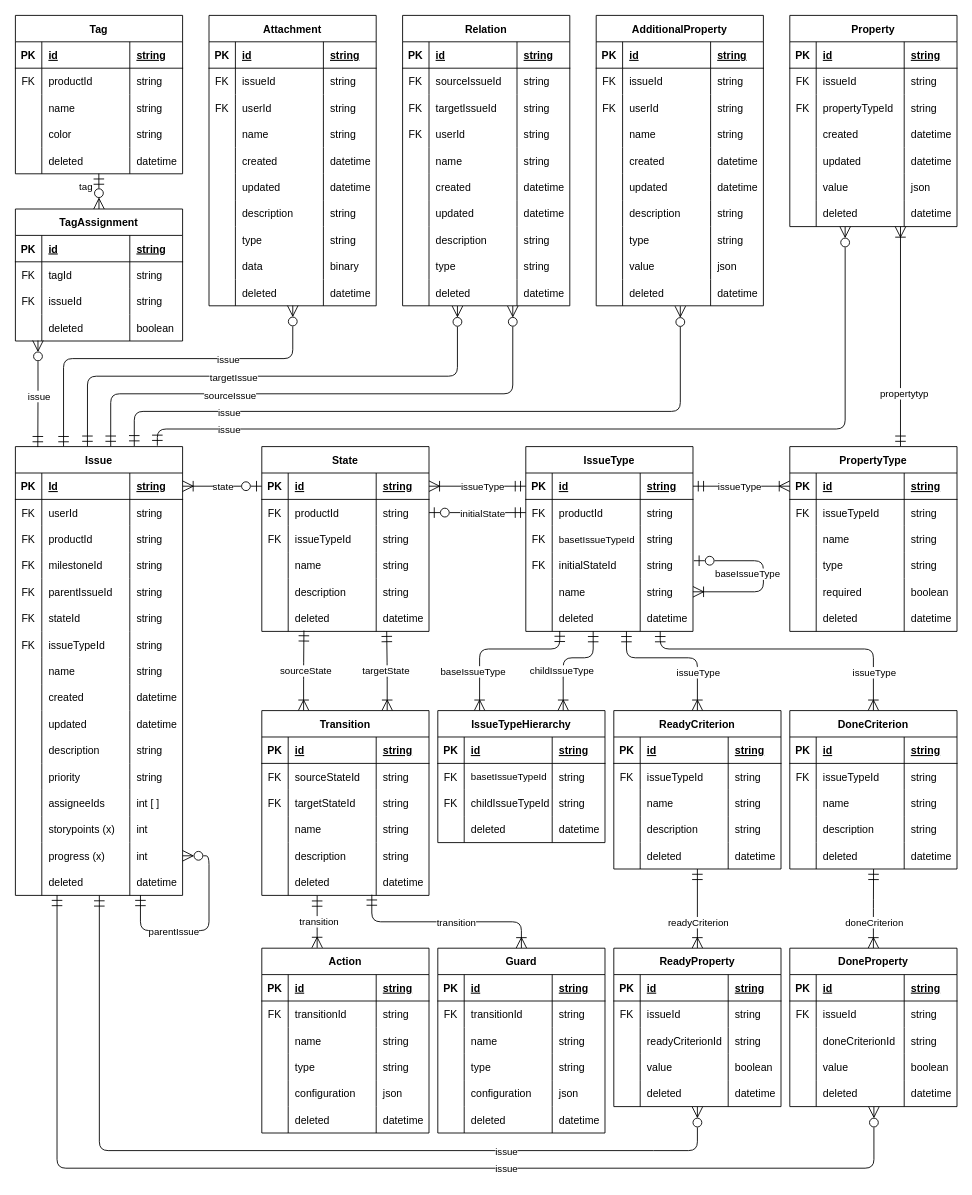
Earlier version of the draw.io diagram diagrams/reEntities-v1.drawio (ghackenberg/caddrive). Source tidied: cells renumbered, new cells numbered last; positions are measured from the earlier drawing's top-left corner, leaving out a move shared by most shapes. Both pictures are drawn from the tidied source at 88%, with x=0, y=0 at pixel (15, 15).
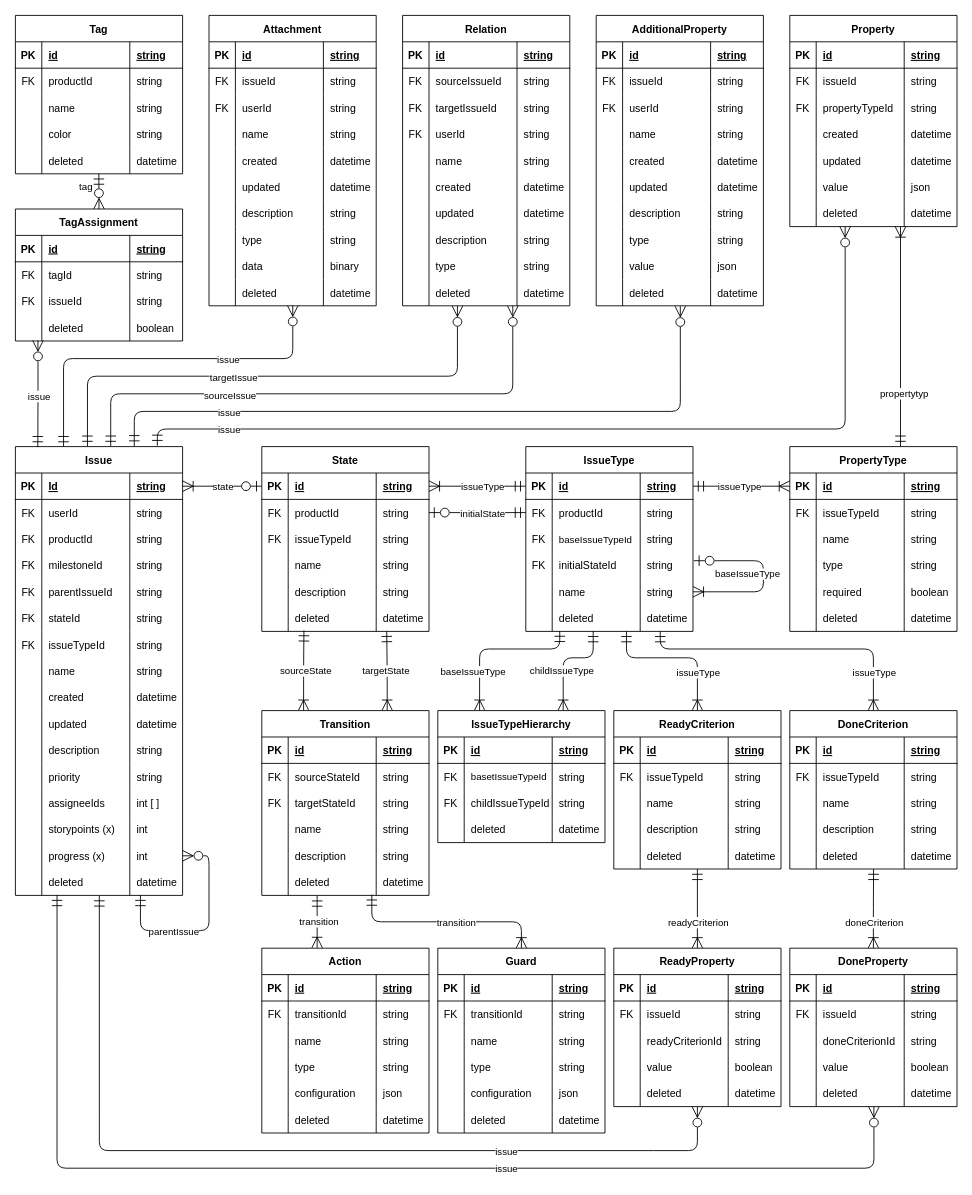
The same page after the edit.

The change refers to these unchanged cells:
```xml
<mxCell id="309" style="shape=tableRow;horizontal=0;startSize=0;swimlaneHead=0;swimlaneBody=0;fillColor=none;top=0;left=0;right=0;bottom=0;rounded=0;" parent="300" vertex="1">
  <mxGeometry y="90" width="190" height="30" as="geometry" />
</mxCell>
```

The edit, as a diff of the source:
```diff
@@
-    <mxCell id="311" value="basetIssueTypeId" style="shape=partialRectangle;fillColor=none;top=0;left=0;bottom=0;right=0;align=left;spacingLeft=6;fontStyle=0;overflow=hidden;rounded=0;fontSize=11;" parent="309" vertex="1">
+    <mxCell id="311" value="baseIssueTypeId" style="shape=partialRectangle;fillColor=none;top=0;left=0;bottom=0;right=0;align=left;spacingLeft=6;fontStyle=0;overflow=hidden;rounded=0;fontSize=11;" parent="309" vertex="1">
       <mxGeometry x="30" width="100" height="30" as="geometry" />
     </mxCell>
```
